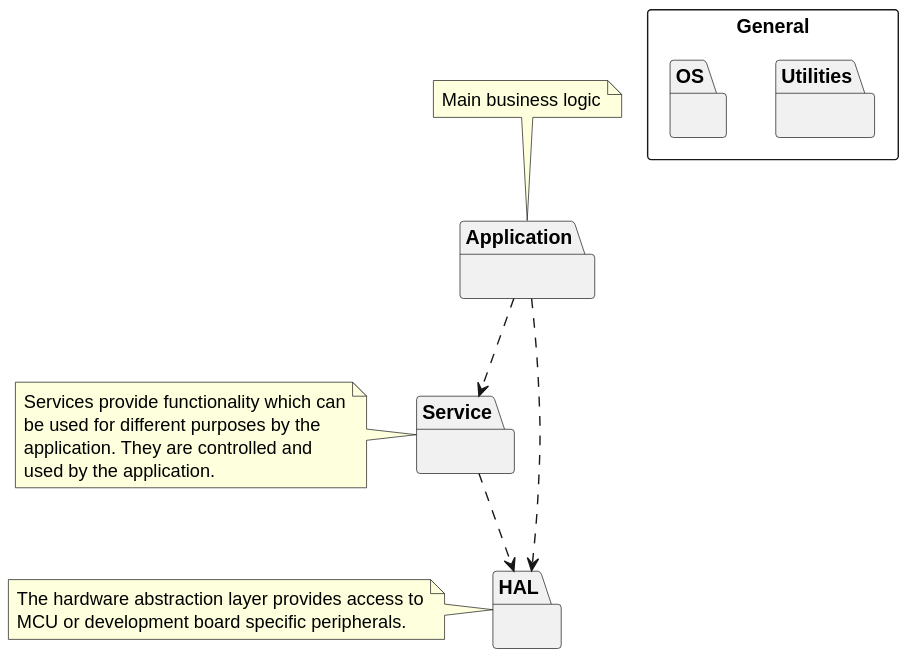
Before: doc/architecture/svg/general_layers.svg, a diagram exported from PlantUML (BlueAndi/Pixelix).
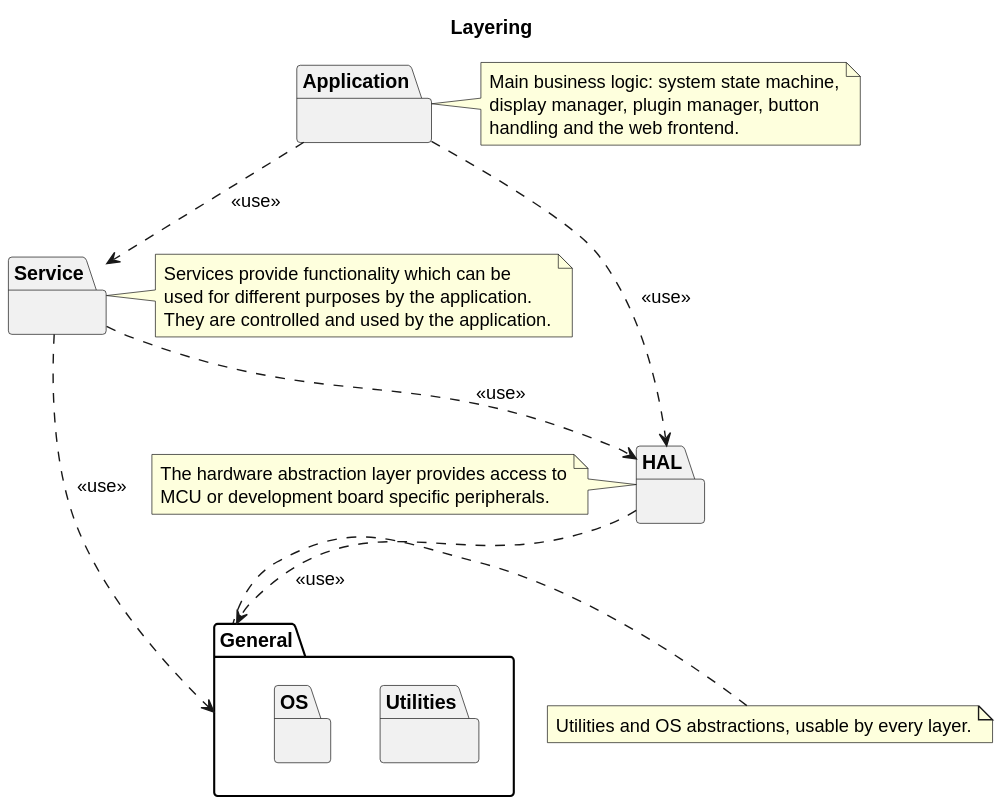
The same diagram one commit later.

The edit, as a diff of the source:
```diff
@@ -1,8 +1,6 @@
 @startuml
-skinparam component {
-    BackgroundColor<<Arduino>> Lightgreen
-    BackgroundColor<<Future>> White
-}
+title Layering
+
 
 package "Application" as appLayer {
 }
@@ -13,7 +11,8 @@
 package "HAL" as halLayer {
 }
 
-rectangle "General" {
+package "General" as generalLayer {
+
     package "Utilities" as utilLayer {
     }
 
@@ -21,24 +20,32 @@
     }
 }
 
-appLayer ..> serviceLayer
-appLayer ...> halLayer
+appLayer ..> serviceLayer: <<use>>
+appLayer ...> halLayer: <<use>>
 
-serviceLayer ..> halLayer
+serviceLayer ..> halLayer: <<use>>
 
-note top of appLayer
-    Main business logic
+serviceLayer ..> generalLayer: <<use>>
+halLayer ..> generalLayer: <<use>>
+
+note right of appLayer
+    Main business logic: system state machine,
+    display manager, plugin manager, button
+    handling and the web frontend.
 end note
 
 note left of serviceLayer
-    Services provide functionality which can
-    be used for different purposes by the
-    application. They are controlled and
-    used by the application.
+    Services provide functionality which can be
+    used for different purposes by the application.
+    They are controlled and used by the application.
 end note
 
 note left of halLayer
     The hardware abstraction layer provides access to
     MCU or development board specific peripherals.
 end note
+
+note left of generalLayer
+    Utilities and OS abstractions, usable by every layer.
+end note
 @enduml
```
